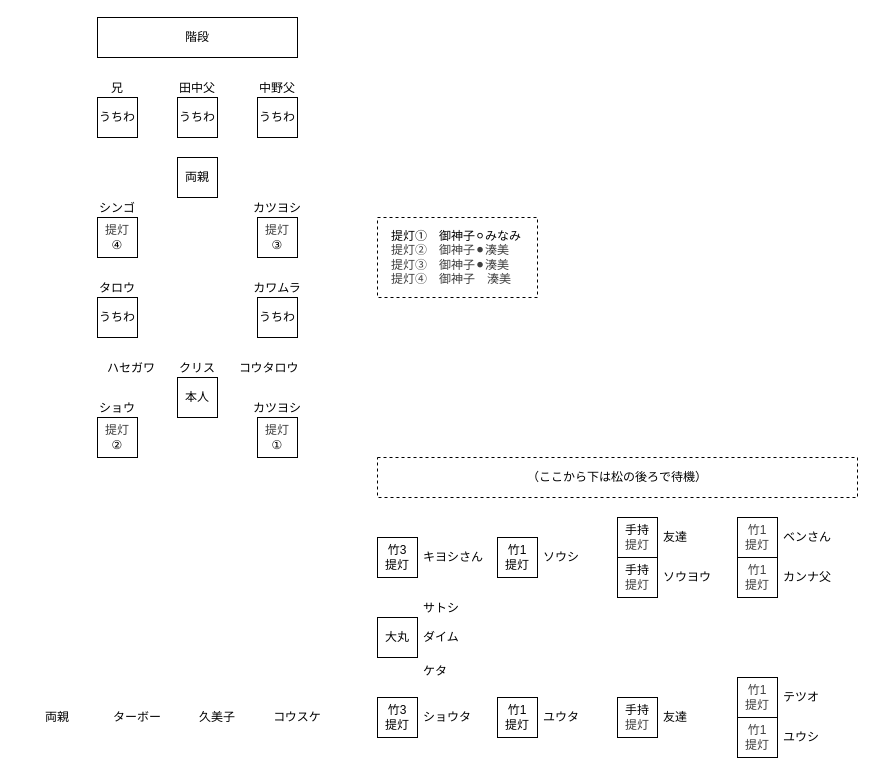
Before: formation_jinjya_koden.dio in shingo0321/yaizu_festival, a draw.io diagram. Source tidied: cells renumbered, new cells numbered last; positions are measured from the earlier drawing's top-left corner, leaving out a move shared by most shapes. Both pictures are drawn from the tidied source at 100%, with x=0, y=0 at pixel (17, 17).
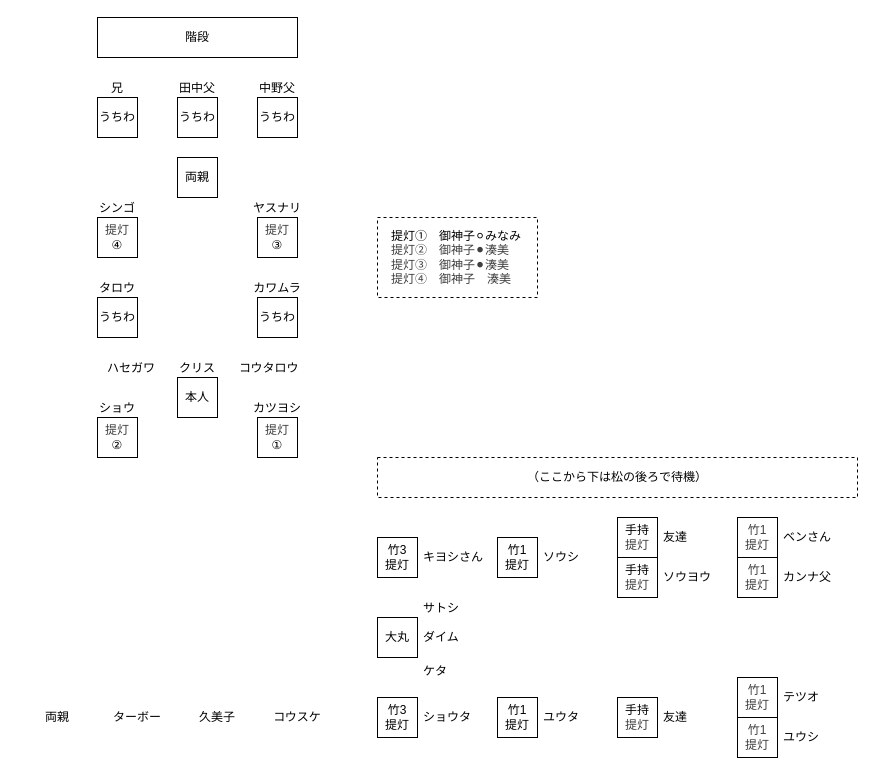
Above is the later version.

Commit message (it also covers changes not shown here):
formation_jinjya_koden.dioの人名修正（カツヨシ→ヤスナリ）を反映

Change to the diagram source:
```diff
@@
-    <mxCell id="15" value="カツヨシ" style="text;html=1;align=center;verticalAlign=bottom;whiteSpace=wrap;rounded=0;" parent="1" vertex="1">
+    <mxCell id="15" value="ヤスナリ" style="text;html=1;align=center;verticalAlign=bottom;whiteSpace=wrap;rounded=0;" parent="1" vertex="1">
       <mxGeometry x="220" y="160" width="80" height="40" as="geometry" />
     </mxCell>
```
